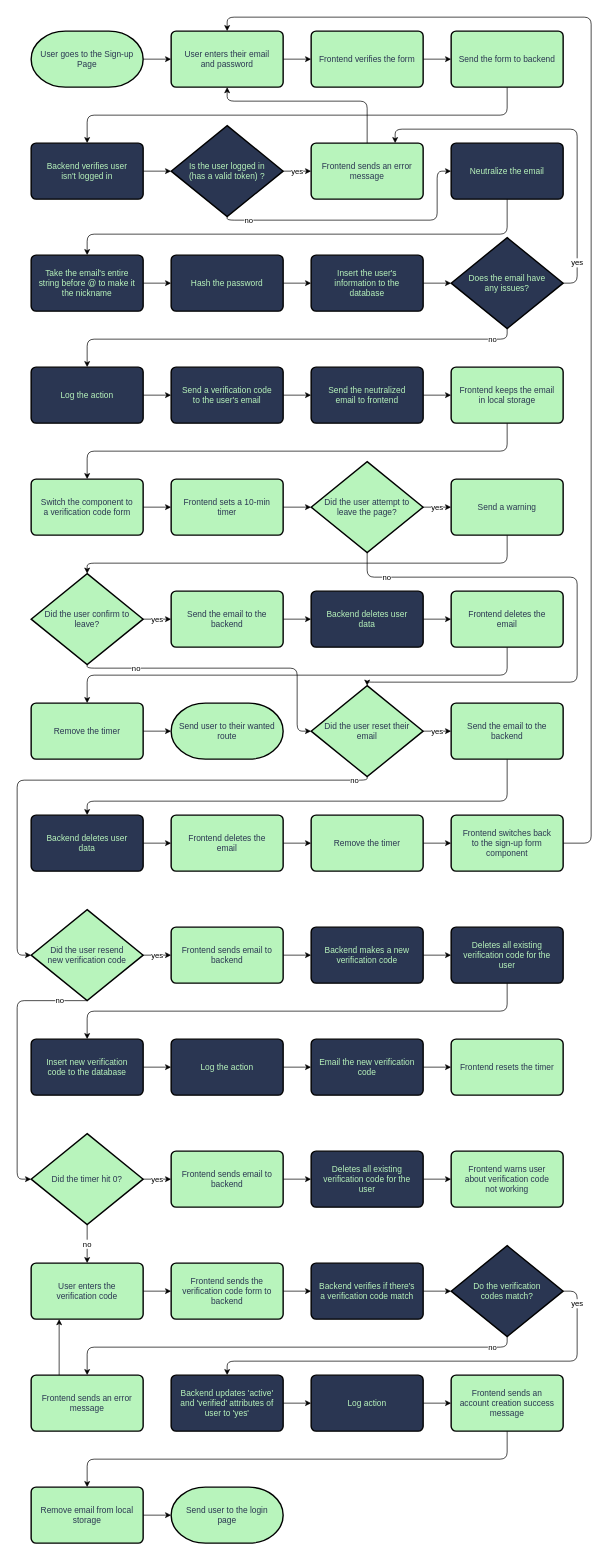
This is page "Signup" (2 of 2) of documents/Flowcharts/Flowcharts.drawio from teruteruOuO/NoteStrip, a draw.io file, before an edit. Source tidied: cells renumbered, new cells numbered last; positions are measured from the earlier drawing's top-left corner, leaving out a move shared by most shapes. Both pictures are drawn from the tidied source at 70%, with x=0, y=0 at pixel (17, 17).
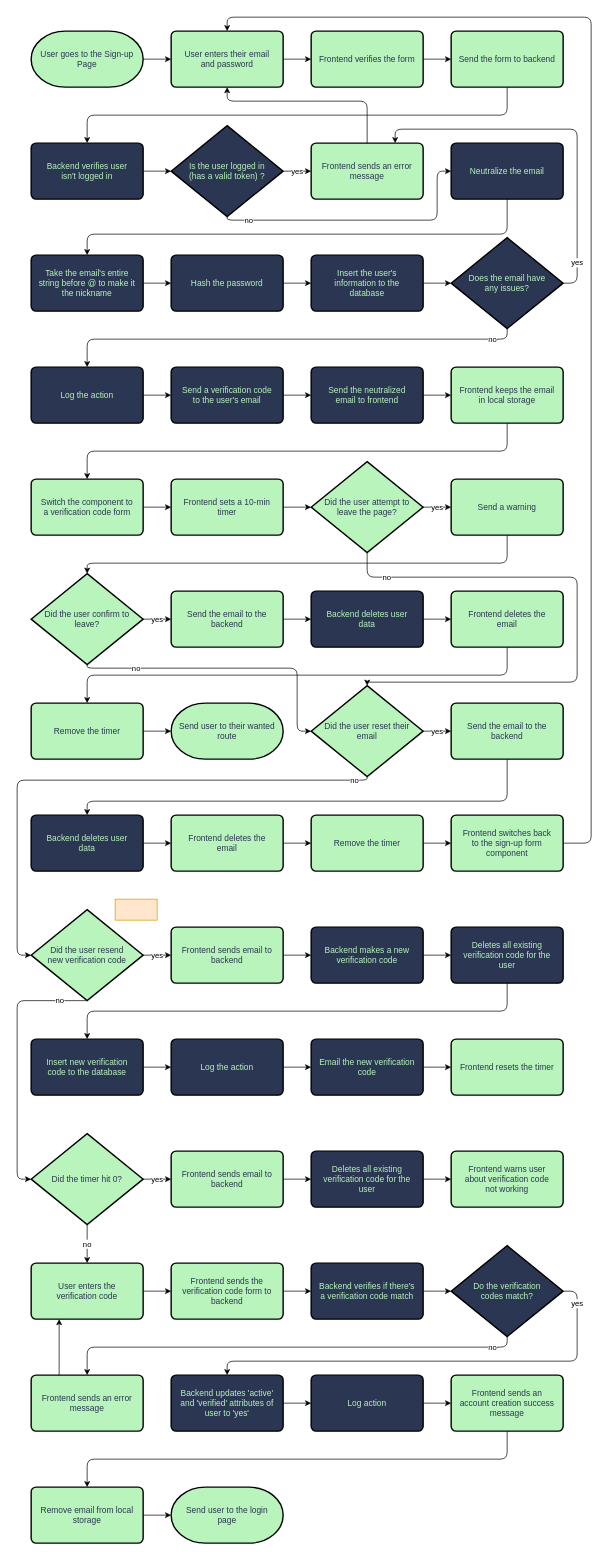
After the change.

The edit, as a diff of the source:
```diff
@@
+    <mxCell id="114" style="rounded=0;whiteSpace=wrap;html=1;fillColor=#ffe6cc;strokeColor=#d79b00;" parent="1" vertex="1">
+      <mxGeometry x="140" y="1260" width="60" height="30" as="geometry" />
+    </mxCell>
```
